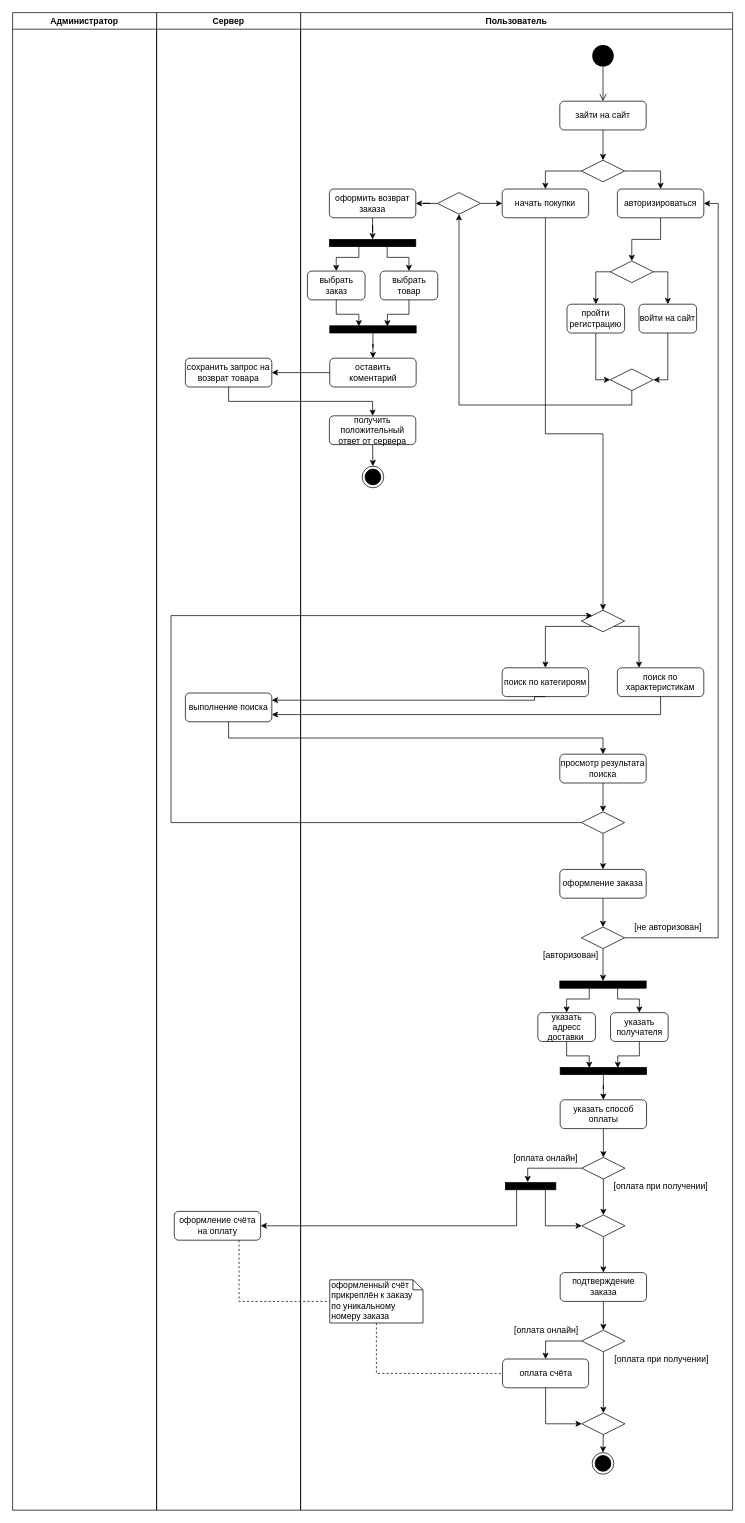
This is activity.drawio from randomunrandom/MSS, a draw.io file, before an edit. Source tidied: cells renumbered, new cells numbered last; positions are measured from the earlier drawing's top-left corner, leaving out a move shared by most shapes. Both pictures are drawn from the tidied source at 72%, with x=0, y=0 at pixel (12, 12).
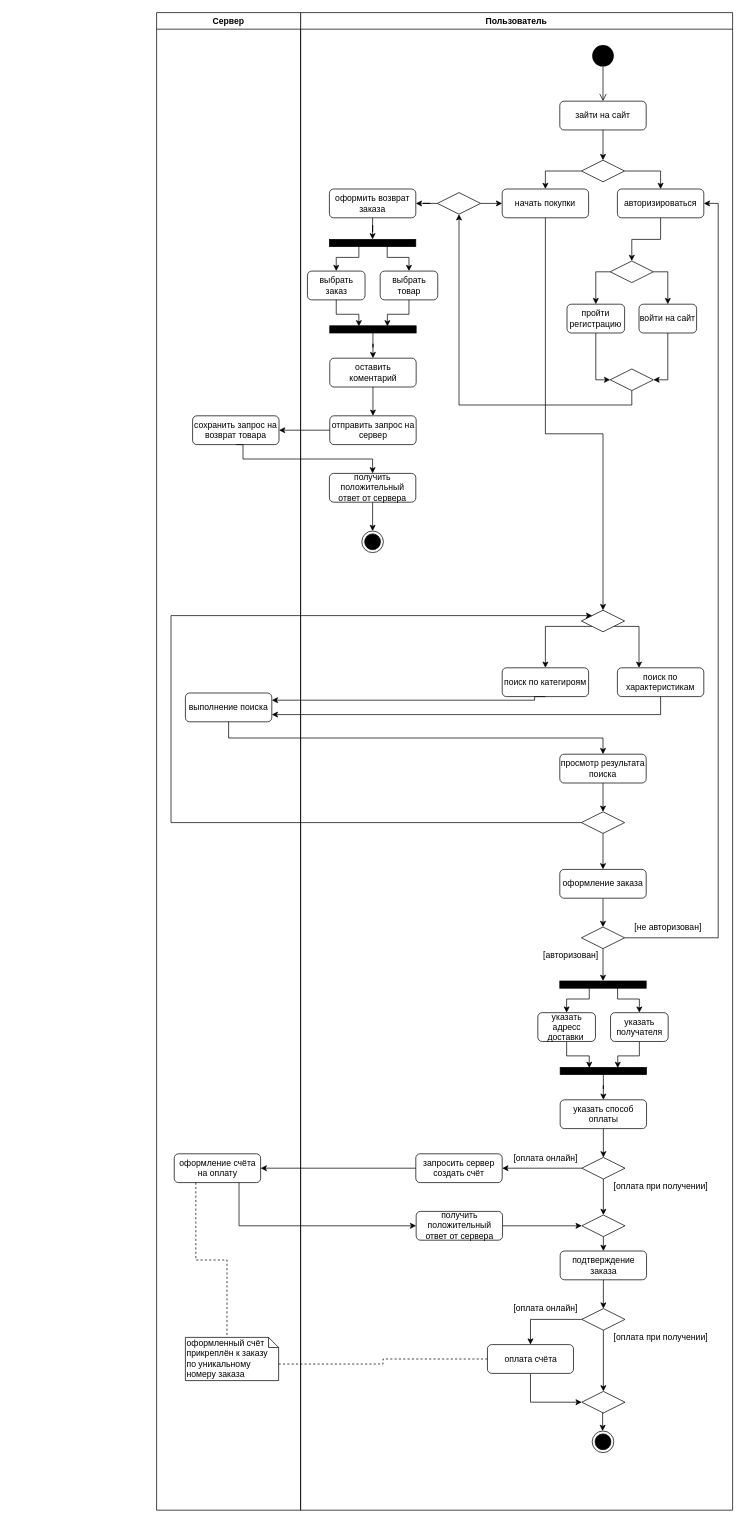
The same page after the edit.

The change refers to these unchanged cells:
```xml
<mxCell id="2" value="Пользователь" style="swimlane;whiteSpace=wrap;" parent="1" vertex="1">
  <mxGeometry x="400" width="600" height="2080" as="geometry" />
</mxCell>
<mxCell id="56" style="rhombus;whiteSpace=wrap;html=1;strokeColor=#000000;strokeWidth=1;fillColor=#FFFFFF;" parent="2" vertex="1">
  <mxGeometry x="390.5" y="1670" width="60" height="30" as="geometry" />
</mxCell>
<mxCell id="79" value="оставить коментарий" style="rounded=1;whiteSpace=wrap;html=1;fontFamily=Helvetica;fontSize=12;fontColor=#000000;align=center;strokeColor=#000000;fillColor=#ffffff;" parent="2" vertex="1">
  <mxGeometry x="40.5" y="480" width="120" height="40" as="geometry" />
</mxCell>
<mxCell id="87" style="rhombus;whiteSpace=wrap;html=1;strokeColor=#000000;strokeWidth=1;fillColor=#FFFFFF;" parent="2" vertex="1">
  <mxGeometry x="390.5" y="1590" width="60" height="30" as="geometry" />
</mxCell>
<mxCell id="91" value="Сервер" style="swimlane;whiteSpace=wrap;" parent="1" vertex="1">
  <mxGeometry x="200" width="200" height="2080" as="geometry" />
</mxCell>
```

Change to the diagram source:
```diff
@@
-    <mxCell id="52" style="edgeStyle=orthogonalEdgeStyle;rounded=0;jettySize=auto;html=1;strokeColor=#000000;entryX=0;entryY=0.5;entryDx=0;entryDy=0;" parent="2" edge="1" source="53" target="56">
-      <mxGeometry relative="1" as="geometry">
-        <Array as="points">
-          <mxPoint x="340" y="1630" />
-          <mxPoint x="340" y="1685" />
-        </Array>
-      </mxGeometry>
-    </mxCell>
-    <mxCell id="53" style="html=1;points=[];perimeter=orthogonalPerimeter;strokeColor=#000000;strokeWidth=1;fillColor=#000000;rotation=90;" parent="2" vertex="1">
-      <mxGeometry x="314.5" y="1595" width="10" height="70" as="geometry" />
-    </mxCell>
     <mxCell id="54" value="подтверждение заказа" style="rounded=1;whiteSpace=wrap;html=1;fontFamily=Helvetica;fontSize=12;fontColor=#000000;align=center;strokeColor=#000000;fillColor=#ffffff;" parent="2" vertex="1">
-      <mxGeometry x="360.5" y="1750" width="120" height="40" as="geometry" />
+      <mxGeometry x="360.5" y="1720" width="120" height="40" as="geometry" />
     </mxCell>
@@
     <mxCell id="59" style="rhombus;whiteSpace=wrap;html=1;strokeColor=#000000;strokeWidth=1;fillColor=#FFFFFF;" parent="2" vertex="1">
-      <mxGeometry x="390.5" y="1830" width="60" height="30" as="geometry" />
+      <mxGeometry x="390.5" y="1800" width="60" height="30" as="geometry" />
     </mxCell>
@@
     <mxCell id="61" value="[оплата при получении]" style="text;html=1;align=center;verticalAlign=middle;" parent="2" vertex="1">
-      <mxGeometry x="425.5" y="1860" width="150" height="20" as="geometry" />
+      <mxGeometry x="425" y="1830" width="150" height="20" as="geometry" />
     </mxCell>
     <mxCell id="62" value="[оплата онлайн]" style="text;html=1;align=center;verticalAlign=middle;" parent="2" vertex="1">
-      <mxGeometry x="290.5" y="1820" width="100" height="20" as="geometry" />
+      <mxGeometry x="290" y="1790" width="100" height="20" as="geometry" />
     </mxCell>
@@
     <mxCell id="64" value="оплата счёта" style="rounded=1;whiteSpace=wrap;html=1;fontFamily=Helvetica;fontSize=12;fontColor=#000000;align=center;strokeColor=#000000;fillColor=#ffffff;" parent="2" vertex="1">
-      <mxGeometry x="280.5" y="1870" width="119.5" height="40" as="geometry" />
+      <mxGeometry x="259.5" y="1850" width="119.5" height="40" as="geometry" />
     </mxCell>
@@
     <mxCell id="80" style="ellipse;html=1;shape=endState;fillColor=#000000;strokeColor=#000000;" parent="2" vertex="1">
-      <mxGeometry x="85.5" y="630" width="30" height="30" as="geometry" />
+      <mxGeometry x="85" y="720" width="30" height="30" as="geometry" />
     </mxCell>
     <mxCell id="81" style="rhombus;whiteSpace=wrap;html=1;strokeColor=#000000;strokeWidth=1;fillColor=#FFFFFF;" parent="2" vertex="1">
-      <mxGeometry x="390.5" y="1945" width="60" height="30" as="geometry" />
+      <mxGeometry x="390.5" y="1915" width="60" height="30" as="geometry" />
     </mxCell>
-    <mxCell id="82" value="оформленный счёт прикреплён к заказу по уникальному номеру заказа" style="shape=note;whiteSpace=wrap;html=1;size=14;verticalAlign=top;align=left;spacingTop=-6;" parent="2" vertex="1">
-      <mxGeometry x="40.5" y="1760" width="129.5" height="60" as="geometry" />
-    </mxCell>
-    <mxCell id="83" style="edgeStyle=orthogonalEdgeStyle;rounded=0;jettySize=auto;html=1;exitX=0.5;exitY=1;exitDx=0;exitDy=0;entryX=0;entryY=0.5;entryDx=0;entryDy=0;strokeColor=#000000;dashed=1;endArrow=none;endFill=0;exitPerimeter=0;" parent="2" edge="1" source="82" target="64">
-      <mxGeometry relative="1" as="geometry" />
-    </mxCell>
     <mxCell id="84" style="ellipse;html=1;shape=endState;fillColor=#000000;strokeColor=#000000;" parent="2" vertex="1">
-      <mxGeometry x="405" y="2000" width="30" height="30" as="geometry" />
+      <mxGeometry x="405" y="1970" width="30" height="30" as="geometry" />
     </mxCell>
@@
     <mxCell id="86" value="получить положительный ответ от сервера" style="rounded=1;whiteSpace=wrap;html=1;fontFamily=Helvetica;fontSize=12;fontColor=#000000;align=center;strokeColor=#000000;fillColor=#ffffff;" parent="2" vertex="1">
-      <mxGeometry x="40" y="560" width="120" height="40" as="geometry" />
+      <mxGeometry x="40" y="640" width="120" height="40" as="geometry" />
     </mxCell>
@@
-    <mxCell id="88" style="edgeStyle=orthogonalEdgeStyle;rounded=0;jettySize=auto;html=1;strokeColor=#000000;entryX=-0.059;entryY=0.558;entryDx=0;entryDy=0;entryPerimeter=0;" parent="2" edge="1" source="87" target="53">
+    <mxCell id="88" style="edgeStyle=orthogonalEdgeStyle;rounded=0;jettySize=auto;html=1;strokeColor=#000000;entryX=1;entryY=0.5;entryDx=0;entryDy=0;" parent="2" edge="1" source="87" target="104">
       <mxGeometry relative="1" as="geometry" />
     </mxCell>
@@
+    <mxCell id="104" value="запросить сервер создать счёт" style="rounded=1;whiteSpace=wrap;html=1;fontFamily=Helvetica;fontSize=12;fontColor=#000000;align=center;strokeColor=#000000;fillColor=#ffffff;" parent="2" vertex="1">
+      <mxGeometry x="160" y="1585" width="120" height="40" as="geometry" />
+    </mxCell>
+    <mxCell id="94" value="отправить запрос на сервер" style="rounded=1;whiteSpace=wrap;html=1;fontFamily=Helvetica;fontSize=12;fontColor=#000000;align=center;strokeColor=#000000;fillColor=#ffffff;" parent="2" vertex="1">
+      <mxGeometry x="40.5" y="560" width="120" height="40" as="geometry" />
+    </mxCell>
+    <mxCell id="100" style="edgeStyle=orthogonalEdgeStyle;rounded=0;jettySize=auto;html=1;entryX=0.5;entryY=0;entryDx=0;entryDy=0;exitX=0.5;exitY=1;exitDx=0;exitDy=0;" parent="2" edge="1" source="79" target="94">
+      <mxGeometry relative="1" as="geometry" />
+    </mxCell>
+    <mxCell id="105" style="edgeStyle=orthogonalEdgeStyle;rounded=0;jettySize=auto;html=1;exitX=1;exitY=0.5;exitDx=0;exitDy=0;entryX=0;entryY=0.5;entryDx=0;entryDy=0;strokeColor=#000000;" parent="2" edge="1" source="106" target="56">
+      <mxGeometry relative="1" as="geometry" />
+    </mxCell>
+    <mxCell id="106" value="получить положительный ответ от сервера" style="rounded=1;whiteSpace=wrap;html=1;fontFamily=Helvetica;fontSize=12;fontColor=#000000;align=center;strokeColor=#000000;fillColor=#ffffff;" parent="2" vertex="1">
+      <mxGeometry x="160.5" y="1665" width="120" height="40" as="geometry" />
+    </mxCell>
@@
     <mxCell id="93" value="оформление счёта на оплату" style="rounded=1;whiteSpace=wrap;html=1;fontFamily=Helvetica;fontSize=12;fontColor=#000000;align=center;strokeColor=#000000;fillColor=#ffffff;" parent="91" vertex="1">
-      <mxGeometry x="24.5" y="1665" width="120" height="40" as="geometry" />
+      <mxGeometry x="24.5" y="1585" width="120" height="40" as="geometry" />
     </mxCell>
-    <mxCell id="94" value="сохранить запрос на возврат товара" style="rounded=1;whiteSpace=wrap;html=1;fontFamily=Helvetica;fontSize=12;fontColor=#000000;align=center;strokeColor=#000000;fillColor=#ffffff;" parent="91" vertex="1">
-      <mxGeometry x="40" y="480" width="120" height="40" as="geometry" />
-    </mxCell>
-    <mxCell id="95" value="Администратор" style="swimlane;whiteSpace=wrap;" parent="1" vertex="1">
-      <mxGeometry width="200" height="2080" as="geometry" />
-    </mxCell>
+    <mxCell id="107" value="сохранить запрос на возврат товара" style="rounded=1;whiteSpace=wrap;html=1;fontFamily=Helvetica;fontSize=12;fontColor=#000000;align=center;strokeColor=#000000;fillColor=#ffffff;" parent="91" vertex="1">
+      <mxGeometry x="50" y="560" width="120" height="40" as="geometry" />
+    </mxCell>
+    <mxCell id="82" value="оформленный счёт прикреплён к заказу по уникальному номеру заказа" style="shape=note;whiteSpace=wrap;html=1;size=14;verticalAlign=top;align=left;spacingTop=-6;" parent="91" vertex="1">
+      <mxGeometry x="40" y="1840" width="129.5" height="60" as="geometry" />
+    </mxCell>
+    <mxCell id="102" style="edgeStyle=orthogonalEdgeStyle;rounded=0;jettySize=auto;html=1;exitX=0.25;exitY=1;exitDx=0;exitDy=0;entryX=0;entryY=0;entryDx=57.75;entryDy=0;strokeColor=#000000;dashed=1;endArrow=none;endFill=0;entryPerimeter=0;" parent="91" edge="1" source="93" target="82">
+      <mxGeometry relative="1" as="geometry" />
+    </mxCell>
@@
-    <mxCell id="99" style="edgeStyle=orthogonalEdgeStyle;rounded=0;jettySize=auto;html=1;strokeColor=#000000;entryX=1;entryY=0.5;entryDx=0;entryDy=0;exitX=0.933;exitY=0.779;exitDx=0;exitDy=0;exitPerimeter=0;" parent="1" edge="1" source="53" target="93">
-      <mxGeometry relative="1" as="geometry">
-        <Array as="points">
-          <mxPoint x="700" y="1685" />
-        </Array>
-      </mxGeometry>
+    <mxCell id="99" style="edgeStyle=orthogonalEdgeStyle;rounded=0;jettySize=auto;html=1;strokeColor=#000000;entryX=1;entryY=0.5;entryDx=0;entryDy=0;exitX=0;exitY=0.5;exitDx=0;exitDy=0;" parent="1" edge="1" source="104" target="93">
+      <mxGeometry relative="1" as="geometry" />
     </mxCell>
-    <mxCell id="100" style="edgeStyle=orthogonalEdgeStyle;rounded=0;jettySize=auto;html=1;entryX=1;entryY=0.5;entryDx=0;entryDy=0;exitX=0;exitY=0.5;exitDx=0;exitDy=0;" parent="1" edge="1" source="79" target="94">
-      <mxGeometry relative="1" as="geometry">
-        <Array as="points">
-          <mxPoint x="400" y="500" />
-          <mxPoint x="400" y="500" />
-        </Array>
-      </mxGeometry>
-    </mxCell>
     <mxCell id="101" style="edgeStyle=orthogonalEdgeStyle;rounded=0;jettySize=auto;html=1;exitX=0.5;exitY=1;exitDx=0;exitDy=0;" parent="1" edge="1" source="81">
       <mxGeometry relative="1" as="geometry">
-        <mxPoint x="820" y="2000" as="targetPoint" />
+        <mxPoint x="819.5" y="1970" as="targetPoint" />
       </mxGeometry>
     </mxCell>
-    <mxCell id="102" style="edgeStyle=orthogonalEdgeStyle;rounded=0;jettySize=auto;html=1;exitX=0.75;exitY=1;exitDx=0;exitDy=0;entryX=0;entryY=0.5;entryDx=0;entryDy=0;strokeColor=#000000;dashed=1;endArrow=none;endFill=0;" parent="1" edge="1" source="93" target="82">
-      <mxGeometry relative="1" as="geometry" />
-    </mxCell>
-    <mxCell id="103" style="edgeStyle=orthogonalEdgeStyle;rounded=0;jettySize=auto;html=1;strokeColor=#000000;" parent="1" edge="1" source="94" target="86">
+    <mxCell id="103" style="edgeStyle=orthogonalEdgeStyle;rounded=0;jettySize=auto;html=1;strokeColor=#000000;exitX=0.5;exitY=1;exitDx=0;exitDy=0;" parent="1" edge="1" source="107" target="86">
       <mxGeometry relative="1" as="geometry">
         <Array as="points">
-          <mxPoint x="300" y="540" />
-          <mxPoint x="500" y="540" />
+          <mxPoint x="320" y="600" />
+          <mxPoint x="320" y="620" />
+          <mxPoint x="500" y="620" />
         </Array>
       </mxGeometry>
     </mxCell>
+    <mxCell id="108" style="edgeStyle=orthogonalEdgeStyle;rounded=0;jettySize=auto;html=1;strokeColor=#000000;exitX=0;exitY=0.5;exitDx=0;exitDy=0;entryX=1;entryY=0.5;entryDx=0;entryDy=0;" parent="1" edge="1" source="94" target="107">
+      <mxGeometry relative="1" as="geometry">
+        <Array as="points">
+          <mxPoint x="380" y="580" />
+          <mxPoint x="380" y="580" />
+        </Array>
+      </mxGeometry>
+    </mxCell>
+    <mxCell id="83" style="edgeStyle=orthogonalEdgeStyle;rounded=0;jettySize=auto;html=1;exitX=0;exitY=0;exitDx=129.5;exitDy=36.995000000000005;entryX=0;entryY=0.5;entryDx=0;entryDy=0;strokeColor=#000000;dashed=1;endArrow=none;endFill=0;exitPerimeter=0;" parent="1" edge="1" source="82" target="64">
+      <mxGeometry relative="1" as="geometry" />
+    </mxCell>
+    <mxCell id="109" style="edgeStyle=orthogonalEdgeStyle;rounded=0;jettySize=auto;html=1;strokeColor=#000000;exitX=0.75;exitY=1;exitDx=0;exitDy=0;entryX=0;entryY=0.5;entryDx=0;entryDy=0;" parent="1" edge="1" source="93" target="106">
+      <mxGeometry relative="1" as="geometry">
+        <Array as="points">
+          <mxPoint x="315" y="1685" />
+        </Array>
+      </mxGeometry>
+    </mxCell>
```
